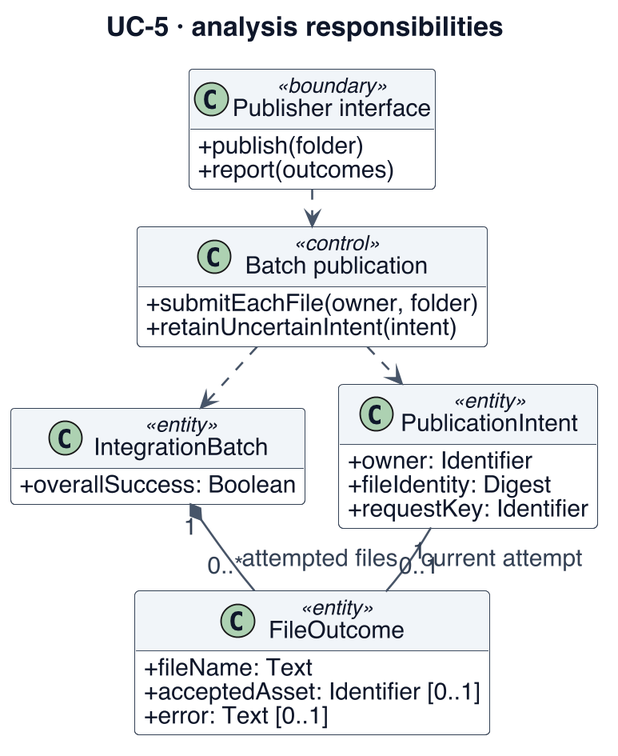
Collaboration95/dc2 keeps this PlantUML diagram as project-documentation/final-report/figures/uc5-analysis-class.png. Above is the earlier version.
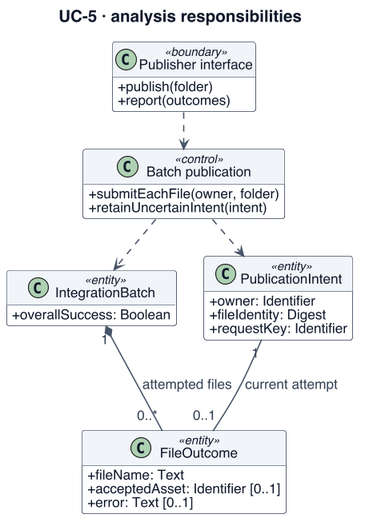
Above is the later version.

The edit, as a diff of the source:
```diff
@@ -1,15 +1,14 @@
 @startuml
 !include _style.iuml
-skinparam dpi 180
 skinparam BackgroundColor white
-skinparam defaultFontSize 17
-skinparam ArrowFontSize 16
-skinparam ClassAttributeFontSize 16
-skinparam ClassStereotypeFontSize 14
-skinparam NoteFontSize 15
+skinparam defaultFontSize 16
+skinparam ArrowFontSize 15
+skinparam ClassAttributeFontSize 15
+skinparam ClassStereotypeFontSize 13
+skinparam NoteFontSize 14
 skinparam classAttributeIconSize 0
-skinparam nodesep 22
-skinparam ranksep 24
+skinparam nodesep 30
+skinparam ranksep 40
 title UC-5 · analysis responsibilities
 class "Publisher interface" as UI <<boundary>> {
  + publish(folder)
@@ -35,6 +34,6 @@
 UI ..> C
 C ..> IntegrationBatch
 C ..> PublicationIntent
-IntegrationBatch "1" *-- "0..*" FileOutcome : attempted files
-PublicationIntent "1" -- "0..1" FileOutcome : current attempt
+IntegrationBatch "1" *--- "0..*" FileOutcome : attempted files
+PublicationIntent "1" --- "0..1" FileOutcome : current attempt
 @enduml
```
